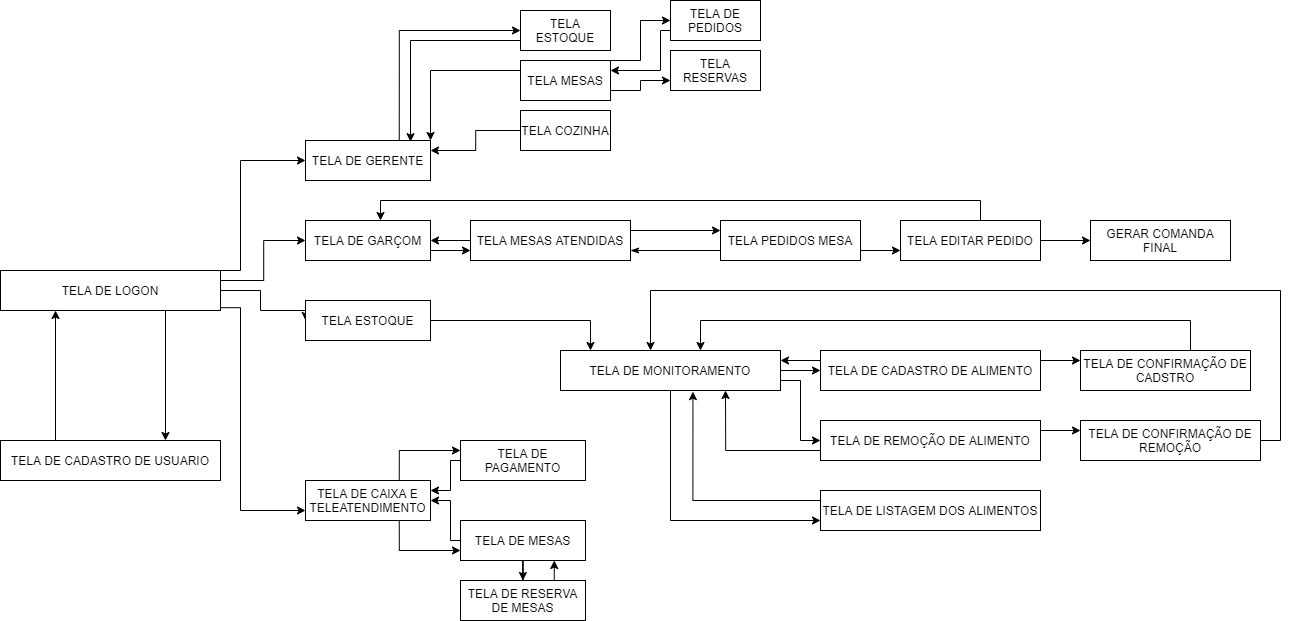
LucasAraujoBR/Projeto_Prog2_UFRPE keeps this draw.io diagram as Diagrama sem título.png. Above is the earlier version. Source tidied: cells renumbered, new cells last; positions are measured from the earlier drawing's top-left corner, leaving out a move shared by most shapes.
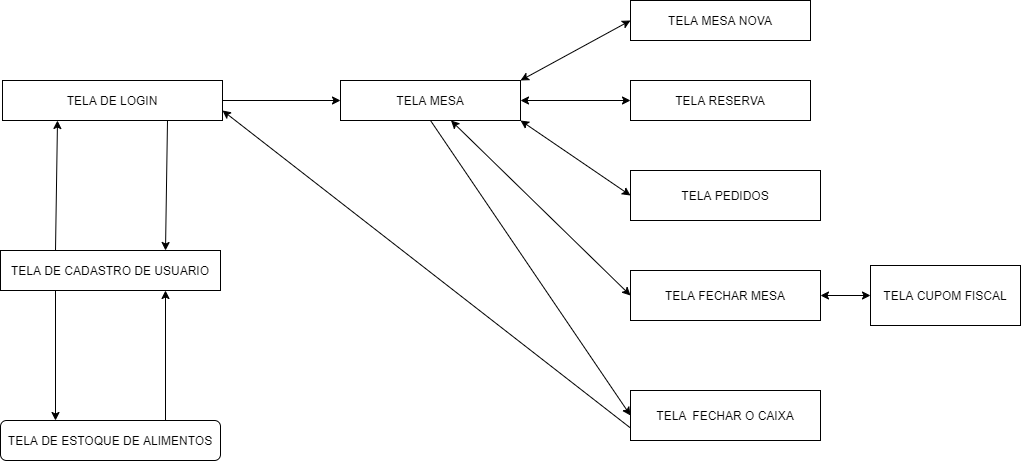
Later version of the same file.

Change to the diagram source:
```diff
@@ -2,45 +2,14 @@
   <root>
     <mxCell id="0" />
     <mxCell id="1" parent="0" />
-    <mxCell id="2" style="edgeStyle=orthogonalEdgeStyle;rounded=0;jettySize=auto;html=1;entryX=0;entryY=0.5;entryDx=0;entryDy=0;" parent="1" edge="1" target="11">
-      <mxGeometry relative="1" as="geometry">
-        <mxPoint x="220" y="270" as="sourcePoint" />
-        <Array as="points">
-          <mxPoint x="220" y="270" />
-          <mxPoint x="240" y="270" />
-          <mxPoint x="240" y="160" />
-        </Array>
-      </mxGeometry>
-    </mxCell>
-    <mxCell id="3" style="edgeStyle=orthogonalEdgeStyle;rounded=0;jettySize=auto;html=1;entryX=0;entryY=0.5;entryDx=0;entryDy=0;" parent="1" edge="1" target="13">
-      <mxGeometry relative="1" as="geometry">
-        <mxPoint x="220" y="280" as="sourcePoint" />
-        <Array as="points">
-          <mxPoint x="263" y="280" />
-          <mxPoint x="263" y="240" />
-        </Array>
-      </mxGeometry>
-    </mxCell>
-    <mxCell id="4" style="edgeStyle=orthogonalEdgeStyle;rounded=0;jettySize=auto;html=1;entryX=0;entryY=0.75;entryDx=0;entryDy=0;exitX=0.999;exitY=0.93;exitDx=0;exitDy=0;exitPerimeter=0;" parent="1" edge="1" source="6" target="16">
-      <mxGeometry relative="1" as="geometry">
-        <Array as="points">
-          <mxPoint x="240" y="307" />
-          <mxPoint x="240" y="510" />
-        </Array>
-      </mxGeometry>
-    </mxCell>
-    <mxCell id="5" style="edgeStyle=orthogonalEdgeStyle;rounded=0;jettySize=auto;html=1;exitX=1;exitY=0.5;exitDx=0;exitDy=0;entryX=0;entryY=0.5;entryDx=0;entryDy=0;" parent="1" edge="1" source="6" target="18">
-      <mxGeometry relative="1" as="geometry">
-        <Array as="points">
-          <mxPoint x="260" y="290" />
-          <mxPoint x="260" y="310" />
-          <mxPoint x="305" y="310" />
-        </Array>
-      </mxGeometry>
-    </mxCell>
-    <mxCell id="6" value="TELA DE LOGON" style="rounded=0;whiteSpace=wrap;html=1;" parent="1" vertex="1">
-      <mxGeometry y="270" width="220" height="40" as="geometry" />
+    <mxCell id="6" value="TELA DE LOGIN" style="rounded=0;whiteSpace=wrap;html=1;" parent="1" vertex="1">
+      <mxGeometry x="2" y="270" width="220" height="40" as="geometry" />
     </mxCell>
+    <mxCell id="63" style="edgeStyle=orthogonalEdgeStyle;rounded=0;jettySize=auto;html=1;exitX=0.25;exitY=1;exitDx=0;exitDy=0;" parent="1" edge="1" source="7">
+      <mxGeometry relative="1" as="geometry">
+        <mxPoint x="55" y="610" as="targetPoint" />
+      </mxGeometry>
+    </mxCell>
     <mxCell id="7" value="TELA DE CADASTRO DE USUARIO" style="rounded=0;whiteSpace=wrap;html=1;" parent="1" vertex="1">
       <mxGeometry y="440" width="220" height="40" as="geometry" />
     </mxCell>
@@ -50,229 +19,58 @@
     <mxCell id="9" style="endArrow=classic;html=1;exitX=0.75;exitY=1;exitDx=0;exitDy=0;entryX=0.75;entryY=0;entryDx=0;entryDy=0;" parent="1" edge="1" source="6" target="7">
       <mxGeometry relative="1" as="geometry" />
     </mxCell>
-    <mxCell id="10" style="edgeStyle=orthogonalEdgeStyle;rounded=0;jettySize=auto;html=1;exitX=0.75;exitY=0;exitDx=0;exitDy=0;entryX=0;entryY=0.5;entryDx=0;entryDy=0;" parent="1" edge="1" source="11" target="36">
-      <mxGeometry relative="1" as="geometry" />
-    </mxCell>
-    <mxCell id="11" value="TELA DE GERENTE" style="rounded=0;whiteSpace=wrap;html=1;" parent="1" vertex="1">
-      <mxGeometry x="305" y="140" width="125" height="40" as="geometry" />
-    </mxCell>
-    <mxCell id="12" style="edgeStyle=orthogonalEdgeStyle;rounded=0;jettySize=auto;html=1;exitX=1;exitY=0.75;exitDx=0;exitDy=0;entryX=0;entryY=0.75;entryDx=0;entryDy=0;" parent="1" edge="1" source="13" target="40">
-      <mxGeometry relative="1" as="geometry" />
-    </mxCell>
-    <mxCell id="13" value="TELA DE GARÇOM" style="rounded=0;whiteSpace=wrap;html=1;" parent="1" vertex="1">
-      <mxGeometry x="305" y="220" width="125" height="40" as="geometry" />
-    </mxCell>
-    <mxCell id="14" style="edgeStyle=orthogonalEdgeStyle;rounded=0;jettySize=auto;html=1;exitX=0.75;exitY=0;exitDx=0;exitDy=0;entryX=0;entryY=0.25;entryDx=0;entryDy=0;" parent="1" edge="1" source="16" target="56">
-      <mxGeometry relative="1" as="geometry" />
-    </mxCell>
-    <mxCell id="15" style="edgeStyle=orthogonalEdgeStyle;rounded=0;jettySize=auto;html=1;exitX=0.75;exitY=1;exitDx=0;exitDy=0;entryX=0;entryY=0.75;entryDx=0;entryDy=0;" parent="1" edge="1" source="16" target="60">
-      <mxGeometry relative="1" as="geometry" />
-    </mxCell>
-    <mxCell id="16" value="TELA DE CAIXA E TELEATENDIMENTO" style="rounded=0;whiteSpace=wrap;html=1;" parent="1" vertex="1">
-      <mxGeometry x="305" y="480" width="125" height="40" as="geometry" />
-    </mxCell>
-    <mxCell id="17" style="edgeStyle=orthogonalEdgeStyle;rounded=0;jettySize=auto;html=1;exitX=1;exitY=0.5;exitDx=0;exitDy=0;" parent="1" edge="1" source="18">
-      <mxGeometry relative="1" as="geometry">
-        <mxPoint x="590" y="350" as="targetPoint" />
-        <Array as="points">
-          <mxPoint x="590" y="320" />
-          <mxPoint x="590" y="350" />
-        </Array>
-      </mxGeometry>
-    </mxCell>
-    <mxCell id="18" value="TELA ESTOQUE" style="rounded=0;whiteSpace=wrap;html=1;" parent="1" vertex="1">
-      <mxGeometry x="305" y="300" width="125" height="40" as="geometry" />
-    </mxCell>
-    <mxCell id="19" style="edgeStyle=orthogonalEdgeStyle;rounded=0;jettySize=auto;html=1;exitX=1;exitY=0.5;exitDx=0;exitDy=0;" parent="1" edge="1" source="22" target="25">
-      <mxGeometry relative="1" as="geometry" />
-    </mxCell>
-    <mxCell id="20" style="edgeStyle=orthogonalEdgeStyle;rounded=0;jettySize=auto;html=1;exitX=1;exitY=0.75;exitDx=0;exitDy=0;entryX=0;entryY=0.5;entryDx=0;entryDy=0;" parent="1" edge="1" source="22" target="30">
-      <mxGeometry relative="1" as="geometry" />
-    </mxCell>
-    <mxCell id="21" style="edgeStyle=orthogonalEdgeStyle;rounded=0;jettySize=auto;html=1;exitX=0.5;exitY=1;exitDx=0;exitDy=0;entryX=0;entryY=0.75;entryDx=0;entryDy=0;" parent="1" edge="1" source="22" target="34">
-      <mxGeometry relative="1" as="geometry" />
-    </mxCell>
-    <mxCell id="22" value="TELA DE MONITORAMENTO" style="rounded=0;whiteSpace=wrap;html=1;" parent="1" vertex="1">
-      <mxGeometry x="560" y="350" width="220" height="40" as="geometry" />
-    </mxCell>
-    <mxCell id="23" style="edgeStyle=orthogonalEdgeStyle;rounded=0;jettySize=auto;html=1;exitX=1;exitY=0.25;exitDx=0;exitDy=0;entryX=0;entryY=0.25;entryDx=0;entryDy=0;" parent="1" edge="1" source="25" target="27">
-      <mxGeometry relative="1" as="geometry" />
-    </mxCell>
-    <mxCell id="24" style="edgeStyle=orthogonalEdgeStyle;rounded=0;jettySize=auto;html=1;exitX=0;exitY=0.25;exitDx=0;exitDy=0;entryX=1;entryY=0.25;entryDx=0;entryDy=0;" parent="1" edge="1" source="25" target="22">
-      <mxGeometry relative="1" as="geometry" />
-    </mxCell>
-    <mxCell id="25" value="TELA DE CADASTRO DE ALIMENTO" style="rounded=0;whiteSpace=wrap;html=1;" parent="1" vertex="1">
-      <mxGeometry x="820" y="350" width="220" height="40" as="geometry" />
-    </mxCell>
-    <mxCell id="26" style="edgeStyle=orthogonalEdgeStyle;rounded=0;jettySize=auto;html=1;" parent="1" edge="1" source="27">
-      <mxGeometry relative="1" as="geometry">
-        <mxPoint x="700" y="350" as="targetPoint" />
-        <Array as="points">
-          <mxPoint x="1190" y="320" />
-          <mxPoint x="700" y="320" />
-          <mxPoint x="700" y="350" />
-        </Array>
-      </mxGeometry>
-    </mxCell>
-    <mxCell id="27" value="TELA DE CONFIRMAÇÃO DE CADSTRO" style="rounded=0;whiteSpace=wrap;html=1;" parent="1" vertex="1">
-      <mxGeometry x="1080" y="350" width="170" height="40" as="geometry" />
-    </mxCell>
-    <mxCell id="28" style="edgeStyle=orthogonalEdgeStyle;rounded=0;jettySize=auto;html=1;exitX=0;exitY=0.75;exitDx=0;exitDy=0;entryX=0.75;entryY=1;entryDx=0;entryDy=0;" parent="1" edge="1" source="30" target="22">
-      <mxGeometry relative="1" as="geometry" />
-    </mxCell>
-    <mxCell id="29" style="edgeStyle=orthogonalEdgeStyle;rounded=0;jettySize=auto;html=1;exitX=1;exitY=0.25;exitDx=0;exitDy=0;entryX=0;entryY=0.25;entryDx=0;entryDy=0;" parent="1" edge="1" source="30" target="32">
-      <mxGeometry relative="1" as="geometry" />
-    </mxCell>
-    <mxCell id="30" value="TELA DE REMOÇÃO DE ALIMENTO" style="rounded=0;whiteSpace=wrap;html=1;" parent="1" vertex="1">
-      <mxGeometry x="820" y="420" width="220" height="40" as="geometry" />
-    </mxCell>
-    <mxCell id="31" style="edgeStyle=orthogonalEdgeStyle;rounded=0;jettySize=auto;html=1;" parent="1" edge="1" source="32">
-      <mxGeometry relative="1" as="geometry">
-        <mxPoint x="650" y="350" as="targetPoint" />
-        <Array as="points">
-          <mxPoint x="1280" y="440" />
-          <mxPoint x="1280" y="290" />
-          <mxPoint x="650" y="290" />
-          <mxPoint x="650" y="350" />
-        </Array>
-      </mxGeometry>
-    </mxCell>
-    <mxCell id="32" value="TELA DE CONFIRMAÇÃO DE REMOÇÃO" style="rounded=0;whiteSpace=wrap;html=1;" parent="1" vertex="1">
-      <mxGeometry x="1080" y="420" width="180" height="40" as="geometry" />
-    </mxCell>
-    <mxCell id="33" style="edgeStyle=orthogonalEdgeStyle;rounded=0;jettySize=auto;html=1;exitX=0;exitY=0.25;exitDx=0;exitDy=0;entryX=0.602;entryY=1.029;entryDx=0;entryDy=0;entryPerimeter=0;" parent="1" edge="1" source="34" target="22">
-      <mxGeometry relative="1" as="geometry" />
-    </mxCell>
-    <mxCell id="34" value="TELA DE LISTAGEM DOS ALIMENTOS" style="rounded=0;whiteSpace=wrap;html=1;" parent="1" vertex="1">
-      <mxGeometry x="820" y="490" width="220" height="40" as="geometry" />
-    </mxCell>
-    <mxCell id="35" style="edgeStyle=orthogonalEdgeStyle;rounded=0;jettySize=auto;html=1;exitX=0;exitY=0.75;exitDx=0;exitDy=0;" parent="1" edge="1" source="36">
-      <mxGeometry relative="1" as="geometry">
-        <mxPoint x="410" y="141" as="targetPoint" />
-        <Array as="points">
-          <mxPoint x="410" y="40" />
-          <mxPoint x="410" y="141" />
-        </Array>
-      </mxGeometry>
-    </mxCell>
-    <mxCell id="36" value="TELA ESTOQUE" style="rounded=0;whiteSpace=wrap;html=1;" parent="1" vertex="1">
-      <mxGeometry x="520" y="10" width="90" height="40" as="geometry" />
-    </mxCell>
-    <mxCell id="37" style="edgeStyle=orthogonalEdgeStyle;rounded=0;jettySize=auto;html=1;exitX=1;exitY=0.25;exitDx=0;exitDy=0;entryX=0;entryY=0.25;entryDx=0;entryDy=0;" parent="1" edge="1" source="40" target="42">
-      <mxGeometry relative="1" as="geometry" />
-    </mxCell>
-    <mxCell id="38" style="edgeStyle=orthogonalEdgeStyle;rounded=0;jettySize=auto;html=1;exitX=1;exitY=0.75;exitDx=0;exitDy=0;entryX=0;entryY=0.75;entryDx=0;entryDy=0;endArrow=none;endFill=0;startArrow=classicThin;startFill=1;" parent="1" edge="1" source="40" target="42">
-      <mxGeometry relative="1" as="geometry" />
-    </mxCell>
-    <mxCell id="39" style="edgeStyle=orthogonalEdgeStyle;rounded=0;jettySize=auto;html=1;" parent="1" edge="1" source="40" target="13">
-      <mxGeometry relative="1" as="geometry" />
-    </mxCell>
-    <mxCell id="40" value="TELA MESAS ATENDIDAS" style="rounded=0;whiteSpace=wrap;html=1;" parent="1" vertex="1">
-      <mxGeometry x="470" y="220" width="160" height="40" as="geometry" />
-    </mxCell>
-    <mxCell id="41" style="edgeStyle=orthogonalEdgeStyle;rounded=0;jettySize=auto;html=1;exitX=1;exitY=0.75;exitDx=0;exitDy=0;entryX=0;entryY=0.75;entryDx=0;entryDy=0;" parent="1" edge="1" source="42" target="45">
-      <mxGeometry relative="1" as="geometry" />
-    </mxCell>
-    <mxCell id="42" value="TELA PEDIDOS MESA" style="rounded=0;whiteSpace=wrap;html=1;" parent="1" vertex="1">
-      <mxGeometry x="720" y="220" width="140" height="40" as="geometry" />
-    </mxCell>
-    <mxCell id="43" style="edgeStyle=orthogonalEdgeStyle;rounded=0;jettySize=auto;html=1;exitX=0.396;exitY=0.033;exitDx=0;exitDy=0;exitPerimeter=0;" parent="1" edge="1" source="45">
-      <mxGeometry relative="1" as="geometry">
-        <mxPoint x="380" y="220" as="targetPoint" />
-        <Array as="points">
-          <mxPoint x="990" y="220" />
-          <mxPoint x="990" y="230" />
-          <mxPoint x="980" y="230" />
-          <mxPoint x="980" y="200" />
-          <mxPoint x="380" y="200" />
-        </Array>
-      </mxGeometry>
-    </mxCell>
-    <mxCell id="44" style="edgeStyle=orthogonalEdgeStyle;rounded=0;jettySize=auto;html=1;" parent="1" edge="1" source="45" target="57">
-      <mxGeometry relative="1" as="geometry" />
-    </mxCell>
-    <mxCell id="45" value="TELA EDITAR PEDIDO" style="rounded=0;whiteSpace=wrap;html=1;" parent="1" vertex="1">
-      <mxGeometry x="900" y="220" width="140" height="40" as="geometry" />
-    </mxCell>
-    <mxCell id="46" style="edgeStyle=orthogonalEdgeStyle;rounded=0;jettySize=auto;html=1;exitX=1;exitY=0.75;exitDx=0;exitDy=0;" parent="1" edge="1" source="49">
-      <mxGeometry relative="1" as="geometry">
-        <mxPoint x="670" y="80" as="targetPoint" />
-        <Array as="points">
-          <mxPoint x="640" y="90" />
-          <mxPoint x="640" y="80" />
-          <mxPoint x="670" y="80" />
-        </Array>
-      </mxGeometry>
-    </mxCell>
-    <mxCell id="47" style="edgeStyle=orthogonalEdgeStyle;rounded=0;jettySize=auto;html=1;exitX=0;exitY=0.25;exitDx=0;exitDy=0;entryX=1;entryY=0;entryDx=0;entryDy=0;" parent="1" edge="1" source="49" target="11">
-      <mxGeometry relative="1" as="geometry" />
-    </mxCell>
-    <mxCell id="48" style="edgeStyle=orthogonalEdgeStyle;rounded=0;jettySize=auto;html=1;exitX=1;exitY=0.25;exitDx=0;exitDy=0;entryX=0;entryY=0.5;entryDx=0;entryDy=0;" parent="1" edge="1" source="49" target="54">
-      <mxGeometry relative="1" as="geometry">
-        <Array as="points">
-          <mxPoint x="610" y="60" />
-          <mxPoint x="640" y="60" />
-          <mxPoint x="640" y="20" />
-        </Array>
-      </mxGeometry>
-    </mxCell>
-    <mxCell id="49" value="TELA MESAS" style="rounded=0;whiteSpace=wrap;html=1;" parent="1" vertex="1">
-      <mxGeometry x="520" y="60" width="90" height="40" as="geometry" />
-    </mxCell>
-    <mxCell id="50" style="edgeStyle=orthogonalEdgeStyle;rounded=0;jettySize=auto;html=1;exitX=0;exitY=0.5;exitDx=0;exitDy=0;entryX=1;entryY=0.25;entryDx=0;entryDy=0;" parent="1" edge="1" source="51" target="11">
-      <mxGeometry relative="1" as="geometry" />
-    </mxCell>
-    <mxCell id="51" value="TELA COZINHA" style="rounded=0;whiteSpace=wrap;html=1;" parent="1" vertex="1">
-      <mxGeometry x="520" y="110" width="90" height="40" as="geometry" />
-    </mxCell>
-    <mxCell id="52" value="TELA RESERVAS" style="rounded=0;whiteSpace=wrap;html=1;" parent="1" vertex="1">
-      <mxGeometry x="670" y="50" width="90" height="40" as="geometry" />
-    </mxCell>
-    <mxCell id="53" style="edgeStyle=orthogonalEdgeStyle;rounded=0;jettySize=auto;html=1;exitX=0;exitY=0.75;exitDx=0;exitDy=0;" parent="1" edge="1" source="54">
-      <mxGeometry relative="1" as="geometry">
-        <mxPoint x="610" y="70" as="targetPoint" />
-        <Array as="points">
-          <mxPoint x="660" y="30" />
-          <mxPoint x="660" y="70" />
-          <mxPoint x="610" y="70" />
-        </Array>
-      </mxGeometry>
-    </mxCell>
-    <mxCell id="54" value="TELA DE PEDIDOS" style="rounded=0;whiteSpace=wrap;html=1;" parent="1" vertex="1">
-      <mxGeometry x="670" width="90" height="40" as="geometry" />
-    </mxCell>
-    <mxCell id="55" style="edgeStyle=orthogonalEdgeStyle;rounded=0;jettySize=auto;html=1;entryX=1;entryY=0.25;entryDx=0;entryDy=0;" parent="1" edge="1" source="56" target="16">
-      <mxGeometry relative="1" as="geometry">
-        <Array as="points">
-          <mxPoint x="450" y="460" />
-          <mxPoint x="450" y="490" />
-        </Array>
-      </mxGeometry>
-    </mxCell>
-    <mxCell id="56" value="TELA DE PAGAMENTO" style="rounded=0;whiteSpace=wrap;html=1;" parent="1" vertex="1">
-      <mxGeometry x="460" y="440" width="125" height="40" as="geometry" />
-    </mxCell>
-    <mxCell id="57" value="GERAR COMANDA FINAL" style="rounded=0;whiteSpace=wrap;html=1;" parent="1" vertex="1">
-      <mxGeometry x="1090" y="220" width="140" height="40" as="geometry" />
-    </mxCell>
-    <mxCell id="58" style="edgeStyle=orthogonalEdgeStyle;rounded=0;jettySize=auto;html=1;" parent="1" edge="1" source="60" target="62">
-      <mxGeometry relative="1" as="geometry" />
-    </mxCell>
-    <mxCell id="59" style="edgeStyle=orthogonalEdgeStyle;rounded=0;jettySize=auto;html=1;exitX=0;exitY=0.5;exitDx=0;exitDy=0;entryX=1;entryY=0.5;entryDx=0;entryDy=0;" parent="1" edge="1" source="60" target="16">
-      <mxGeometry relative="1" as="geometry">
-        <Array as="points">
-          <mxPoint x="450" y="500" />
-        </Array>
-      </mxGeometry>
-    </mxCell>
-    <mxCell id="60" value="TELA DE MESAS" style="rounded=0;whiteSpace=wrap;html=1;" parent="1" vertex="1">
-      <mxGeometry x="460" y="520" width="125" height="40" as="geometry" />
-    </mxCell>
-    <mxCell id="61" style="edgeStyle=orthogonalEdgeStyle;rounded=0;jettySize=auto;html=1;exitX=0.75;exitY=0;exitDx=0;exitDy=0;entryX=0.75;entryY=1;entryDx=0;entryDy=0;" parent="1" edge="1" source="62" target="60">
-      <mxGeometry relative="1" as="geometry" />
-    </mxCell>
-    <mxCell id="62" value="TELA DE RESERVA DE MESAS" style="rounded=0;whiteSpace=wrap;html=1;" parent="1" vertex="1">
-      <mxGeometry x="460" y="580" width="125" height="40" as="geometry" />
-    </mxCell>
+    <mxCell id="64" style="edgeStyle=orthogonalEdgeStyle;rounded=0;jettySize=auto;html=1;exitX=0.75;exitY=0;exitDx=0;exitDy=0;entryX=0.75;entryY=1;entryDx=0;entryDy=0;" parent="1" edge="1" source="65" target="7">
+      <mxGeometry relative="1" as="geometry" />
+    </mxCell>
+    <mxCell id="65" value="TELA DE ESTOQUE DE ALIMENTOS" style="rounded=1;whiteSpace=wrap;html=1;" parent="1" vertex="1">
+      <mxGeometry y="610" width="220" height="40" as="geometry" />
+    </mxCell>
+    <mxCell id="66" value="TELA MESA" style="rounded=0;whiteSpace=wrap;html=1;" parent="1" vertex="1">
+      <mxGeometry x="340" y="270" width="180" height="40" as="geometry" />
+    </mxCell>
+    <mxCell id="67" style="endArrow=classic;html=1;exitX=1;exitY=0.5;exitDx=0;exitDy=0;entryX=0;entryY=0.5;entryDx=0;entryDy=0;" parent="1" edge="1" source="6" target="66">
+      <mxGeometry relative="1" as="geometry" />
+    </mxCell>
+    <mxCell id="68" value="TELA MESA NOVA" style="rounded=0;whiteSpace=wrap;html=1;" parent="1" vertex="1">
+      <mxGeometry x="630" y="190" width="180" height="40" as="geometry" />
+    </mxCell>
+    <mxCell id="69" value="TELA RESERVA" style="rounded=0;whiteSpace=wrap;html=1;" parent="1" vertex="1">
+      <mxGeometry x="630" y="270" width="180" height="40" as="geometry" />
+    </mxCell>
+    <mxCell id="70" value="TELA PEDIDOS" style="rounded=0;whiteSpace=wrap;html=1;" parent="1" vertex="1">
+      <mxGeometry x="630" y="360" width="190" height="50" as="geometry" />
+    </mxCell>
+    <mxCell id="71" style="endArrow=classic;startArrow=classic;html=1;entryX=1;entryY=0.5;entryDx=0;entryDy=0;exitX=0;exitY=0.5;exitDx=0;exitDy=0;" parent="1" edge="1" source="69" target="66">
+      <mxGeometry relative="1" as="geometry" />
+    </mxCell>
+    <mxCell id="72" style="endArrow=classic;startArrow=classic;html=1;exitX=0;exitY=0.5;exitDx=0;exitDy=0;entryX=1;entryY=0;entryDx=0;entryDy=0;" parent="1" edge="1" source="68" target="66">
+      <mxGeometry relative="1" as="geometry" />
+    </mxCell>
+    <mxCell id="73" style="endArrow=classic;startArrow=classic;html=1;exitX=0;exitY=0.5;exitDx=0;exitDy=0;entryX=1;entryY=1;entryDx=0;entryDy=0;" parent="1" edge="1" source="70" target="66">
+      <mxGeometry relative="1" as="geometry" />
+    </mxCell>
+    <mxCell id="74" value="TELA&amp;nbsp; FECHAR O CAIXA" style="rounded=0;whiteSpace=wrap;html=1;" parent="1" vertex="1">
+      <mxGeometry x="630" y="580" width="190" height="50" as="geometry" />
+    </mxCell>
+    <mxCell id="75" style="endArrow=classic;html=1;exitX=0.5;exitY=1;exitDx=0;exitDy=0;entryX=0;entryY=0.5;entryDx=0;entryDy=0;" parent="1" edge="1" source="66" target="74">
+      <mxGeometry relative="1" as="geometry" />
+    </mxCell>
+    <mxCell id="76" style="endArrow=classic;html=1;exitX=0;exitY=0.75;exitDx=0;exitDy=0;entryX=1;entryY=0.75;entryDx=0;entryDy=0;" parent="1" edge="1" source="74" target="6">
+      <mxGeometry relative="1" as="geometry" />
+    </mxCell>
+    <mxCell id="77" style="endArrow=classic;startArrow=classic;html=1;entryX=0;entryY=0.5;entryDx=0;entryDy=0;" parent="1" edge="1" source="66" target="78">
+      <mxGeometry relative="1" as="geometry" />
+    </mxCell>
+    <mxCell id="78" value="TELA FECHAR MESA" style="rounded=0;whiteSpace=wrap;html=1;" parent="1" vertex="1">
+      <mxGeometry x="630" y="460" width="190" height="50" as="geometry" />
+    </mxCell>
+    <mxCell id="79" value="TELA CUPOM FISCAL" style="rounded=0;whiteSpace=wrap;html=1;" parent="1" vertex="1">
+      <mxGeometry x="870" y="455" width="150" height="60" as="geometry" />
+    </mxCell>
+    <mxCell id="80" style="endArrow=classic;startArrow=classic;html=1;exitX=0;exitY=0.5;exitDx=0;exitDy=0;" parent="1" edge="1" source="79">
+      <mxGeometry relative="1" as="geometry">
+        <mxPoint x="820" y="485" as="targetPoint" />
+      </mxGeometry>
+    </mxCell>
   </root>
 </mxGraphModel>
```
